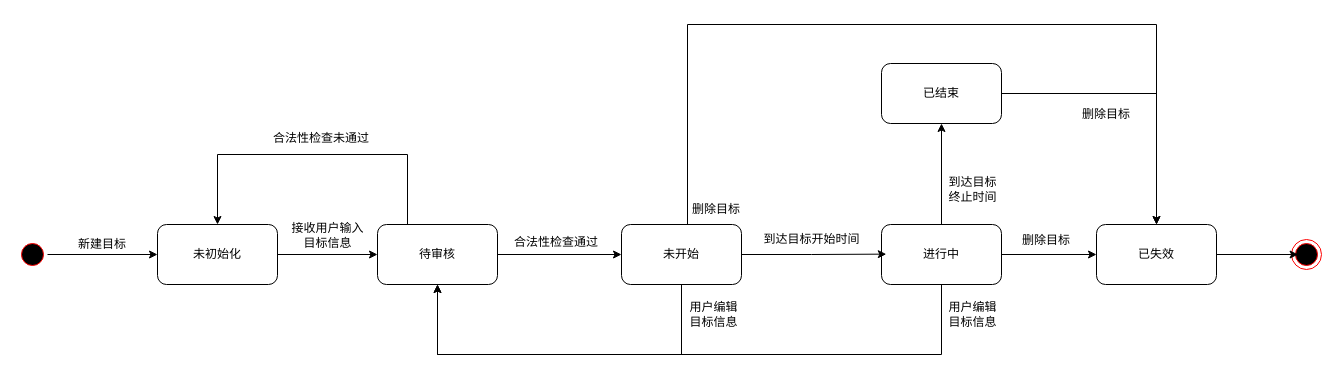
Earlier version of the draw.io diagram Notification状态图.drawio (PomeloLemon/SoftwareDiagrams). Source tidied: cells renumbered, new cells numbered last; positions are measured from the earlier drawing's top-left corner, leaving out a move shared by most shapes. Both pictures are drawn from the tidied source at 100%, with x=0, y=0 at pixel (17, 24).
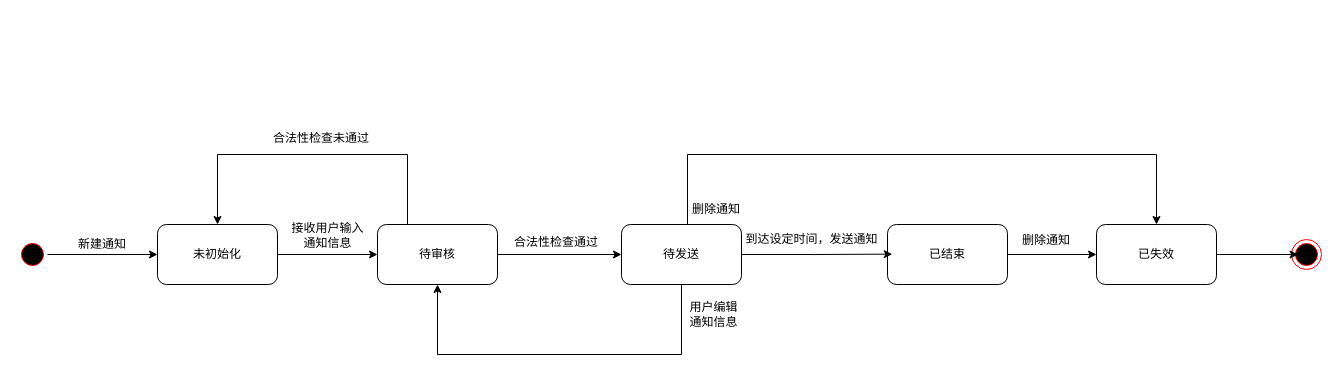
The same page after the edit.

Commit message:
更新Notification状态图.drawio

Unchanged cells that the change refers to:
```xml
<mxCell id="9" value="待审核" style="rounded=1;whiteSpace=wrap;html=1;" parent="1" vertex="1">
  <mxGeometry x="360" y="200" width="120" height="60" as="geometry" />
</mxCell>
<mxCell id="19" value="已失效" style="rounded=1;whiteSpace=wrap;html=1;" parent="1" vertex="1">
  <mxGeometry x="1079" y="200" width="120" height="60" as="geometry" />
</mxCell>
```

Change to the diagram source:
```diff
@@
-    <mxCell id="6" value="新建目标" style="text;html=1;strokeColor=none;fillColor=none;align=center;verticalAlign=middle;whiteSpace=wrap;rounded=0;" parent="1" vertex="1">
+    <mxCell id="6" value="新建通知" style="text;html=1;strokeColor=none;fillColor=none;align=center;verticalAlign=middle;whiteSpace=wrap;rounded=0;" parent="1" vertex="1">
       <mxGeometry x="20" y="205" width="130" height="30" as="geometry" />
     </mxCell>
@@
-    <mxCell id="10" value="接收用户输入&lt;br&gt;目标信息" style="text;html=1;align=center;verticalAlign=middle;strokeColor=none;fillColor=none;" parent="1" vertex="1">
+    <mxCell id="10" value="接收用户输入&lt;br&gt;通知信息" style="text;html=1;align=center;verticalAlign=middle;strokeColor=none;fillColor=none;" parent="1" vertex="1">
       <mxGeometry x="260" y="191" width="100" height="40" as="geometry" />
     </mxCell>
@@
-    <mxCell id="12" style="edgeStyle=orthogonalEdgeStyle;rounded=0;jettySize=auto;html=1;" parent="1" edge="1" source="14" target="23">
-      <mxGeometry relative="1" as="geometry" />
-    </mxCell>
-    <mxCell id="13" style="edgeStyle=orthogonalEdgeStyle;rounded=0;jettySize=auto;html=1;exitX=0.5;exitY=1;exitDx=0;exitDy=0;entryX=0.5;entryY=1;entryDx=0;entryDy=0;" parent="1" edge="1" source="14" target="9">
-      <mxGeometry relative="1" as="geometry">
-        <Array as="points">
-          <mxPoint x="924" y="330" />
-          <mxPoint x="420" y="330" />
-        </Array>
-      </mxGeometry>
-    </mxCell>
-    <mxCell id="14" value="进行中" style="rounded=1;whiteSpace=wrap;html=1;" parent="1" vertex="1">
-      <mxGeometry x="864" y="200" width="120" height="60" as="geometry" />
+    <mxCell id="14" value="已结束" style="rounded=1;whiteSpace=wrap;html=1;" parent="1" vertex="1">
+      <mxGeometry x="870" y="200" width="120" height="60" as="geometry" />
     </mxCell>
@@
-    <mxCell id="16" value="删除目标" style="text;html=1;strokeColor=none;fillColor=none;align=center;verticalAlign=middle;whiteSpace=wrap;rounded=0;" parent="1" vertex="1">
+    <mxCell id="16" value="删除通知" style="text;html=1;strokeColor=none;fillColor=none;align=center;verticalAlign=middle;whiteSpace=wrap;rounded=0;" parent="1" vertex="1">
       <mxGeometry x="964" y="201" width="130" height="30" as="geometry" />
     </mxCell>
@@
-    <mxCell id="21" value="用户编辑&lt;br&gt;目标信息" style="text;html=1;align=center;verticalAlign=middle;strokeColor=none;fillColor=none;" parent="1" vertex="1">
-      <mxGeometry x="920" y="270" width="70" height="40" as="geometry" />
-    </mxCell>
-    <mxCell id="22" style="edgeStyle=orthogonalEdgeStyle;rounded=0;jettySize=auto;html=1;" parent="1" edge="1" source="23" target="19">
-      <mxGeometry relative="1" as="geometry" />
-    </mxCell>
-    <mxCell id="23" value="已结束" style="rounded=1;whiteSpace=wrap;html=1;" parent="1" vertex="1">
-      <mxGeometry x="864" y="39" width="120" height="60" as="geometry" />
-    </mxCell>
-    <mxCell id="24" value="删除目标" style="text;html=1;strokeColor=none;fillColor=none;align=center;verticalAlign=middle;whiteSpace=wrap;rounded=0;" parent="1" vertex="1">
-      <mxGeometry x="1024" y="70" width="130" height="40" as="geometry" />
-    </mxCell>
-    <mxCell id="25" value="到达目标&lt;br&gt;终止时间" style="text;html=1;align=center;verticalAlign=middle;strokeColor=none;fillColor=none;" parent="1" vertex="1">
-      <mxGeometry x="920" y="145" width="70" height="40" as="geometry" />
-    </mxCell>
@@
     <mxCell id="27" style="edgeStyle=orthogonalEdgeStyle;rounded=0;jettySize=auto;html=1;entryX=0.5;entryY=0;entryDx=0;entryDy=0;" parent="1" edge="1" source="28" target="19">
       <mxGeometry relative="1" as="geometry">
         <Array as="points">
-          <mxPoint x="670" />
-          <mxPoint x="1139" />
+          <mxPoint x="670" y="130" />
+          <mxPoint x="1139" y="130" />
         </Array>
       </mxGeometry>
     </mxCell>
-    <mxCell id="28" value="未开始" style="rounded=1;whiteSpace=wrap;html=1;" parent="1" vertex="1">
+    <mxCell id="28" value="待发送" style="rounded=1;whiteSpace=wrap;html=1;" parent="1" vertex="1">
       <mxGeometry x="604" y="200" width="120" height="60" as="geometry" />
     </mxCell>
@@
-    <mxCell id="30" value="到达目标开始时间" style="text;html=1;align=center;verticalAlign=middle;strokeColor=none;fillColor=none;" parent="1" vertex="1">
-      <mxGeometry x="734" y="200" width="120" height="30" as="geometry" />
+    <mxCell id="30" value="到达设定时间，发送通知" style="text;html=1;align=center;verticalAlign=middle;strokeColor=none;fillColor=none;" parent="1" vertex="1">
+      <mxGeometry x="714" y="200" width="160" height="30" as="geometry" />
     </mxCell>
-    <mxCell id="31" value="用户编辑&lt;br&gt;目标信息" style="text;html=1;align=center;verticalAlign=middle;strokeColor=none;fillColor=none;" parent="1" vertex="1">
+    <mxCell id="31" value="用户编辑&lt;br&gt;通知信息" style="text;html=1;align=center;verticalAlign=middle;strokeColor=none;fillColor=none;" parent="1" vertex="1">
       <mxGeometry x="661" y="270" width="70" height="40" as="geometry" />
     </mxCell>
-    <mxCell id="32" value="删除目标" style="text;html=1;strokeColor=none;fillColor=none;align=center;verticalAlign=middle;whiteSpace=wrap;rounded=0;" parent="1" vertex="1">
+    <mxCell id="32" value="删除通知" style="text;html=1;strokeColor=none;fillColor=none;align=center;verticalAlign=middle;whiteSpace=wrap;rounded=0;" parent="1" vertex="1">
       <mxGeometry x="634" y="170" width="130" height="30" as="geometry" />
     </mxCell>
```
